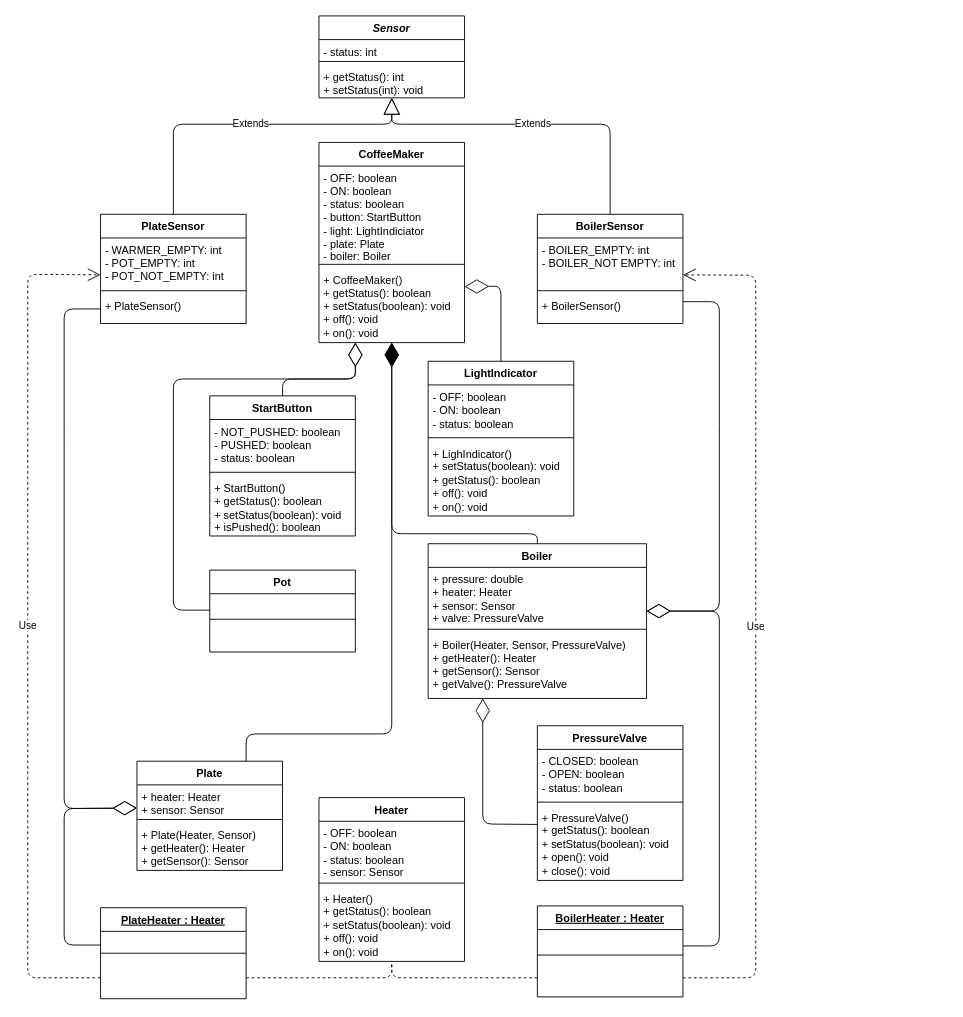
Above: resources/CoffeeMakerUML.drawio in JosueRodriguezGarcia/CoffeeMaker-Group2 (draw.io), before the change. Source tidied: cells renumbered, new cells numbered last; positions are measured from the earlier drawing's top-left corner, leaving out a move shared by most shapes. Both pictures are drawn from the tidied source at 91%, with x=0, y=0 at pixel (27, 15).
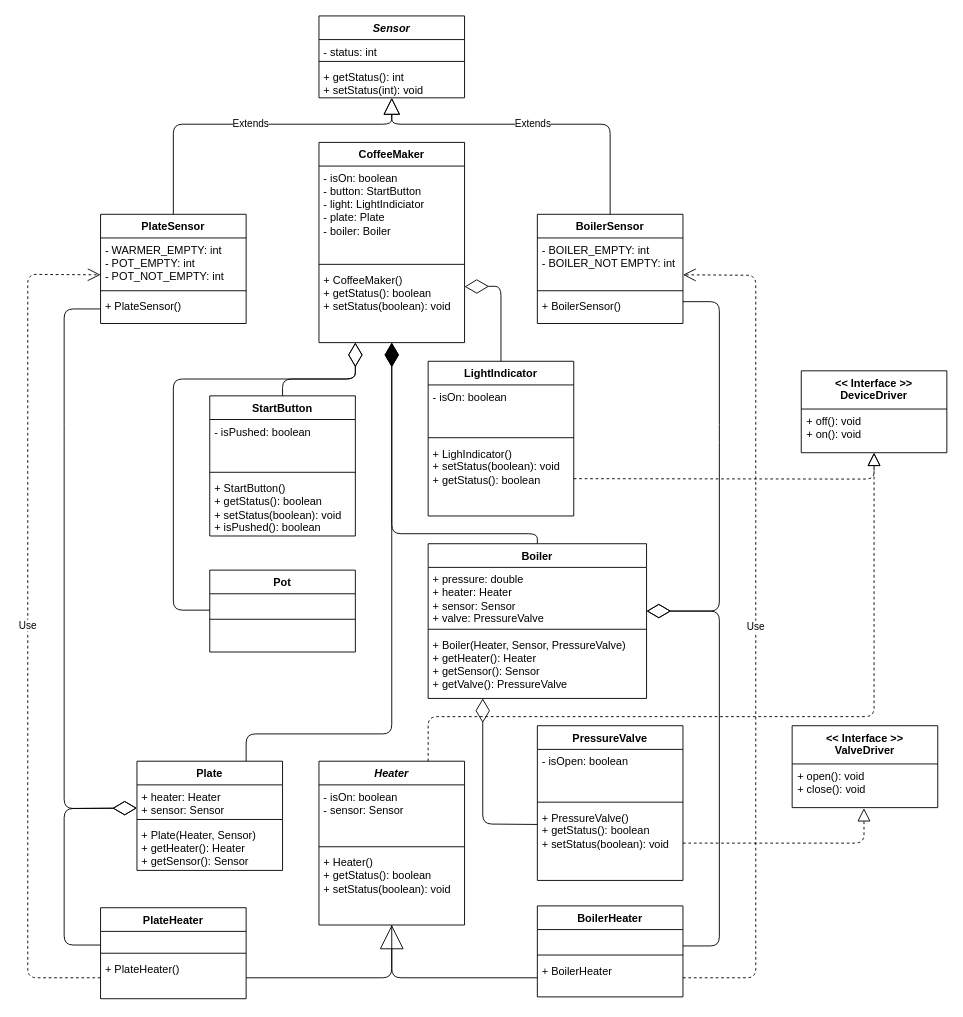
The same page after the edit.

Commit message (it also covers changes not shown here):
UML Diagram: Incremental update

The change refers to these unchanged cells:
```xml
<mxCell id="10" value="LightIndicator&#10;" style="swimlane;fontStyle=1;align=center;verticalAlign=top;horizontal=1;startSize=26;" parent="1" vertex="1">
  <mxGeometry x="440" y="379.5" width="160" height="170" as="geometry" />
</mxCell>
<mxCell id="14" value="StartButton" style="swimlane;fontStyle=1;align=center;verticalAlign=top;horizontal=1;startSize=26;" parent="1" vertex="1">
  <mxGeometry x="200" y="417.5" width="160" height="154" as="geometry" />
</mxCell>
<mxCell id="36" value="PressureValve" style="swimlane;fontStyle=1;align=center;verticalAlign=middle;horizontal=1;startSize=26;" parent="1" vertex="1">
  <mxGeometry x="560" y="780" width="160" height="170" as="geometry" />
</mxCell>
<mxCell id="42" value="CoffeeMaker" style="swimlane;fontStyle=1;align=center;verticalAlign=middle;horizontal=1;startSize=26;" parent="1" vertex="1">
  <mxGeometry x="320" y="139" width="160" height="220" as="geometry" />
</mxCell>
```

Diff of the diagram source:
```diff
@@
-    <mxCell id="2" value="PlateHeater : Heater" style="swimlane;fontStyle=5;align=center;verticalAlign=top;horizontal=1;startSize=26;" parent="1" vertex="1">
+    <mxCell id="2" value="PlateHeater" style="swimlane;fontStyle=1;align=center;verticalAlign=top;horizontal=1;startSize=26;" parent="1" vertex="1">
       <mxGeometry x="80" y="980" width="160" height="100" as="geometry" />
     </mxCell>
@@
-    <mxCell id="5" value="&amp;nbsp;" style="text;html=1;strokeColor=none;fillColor=none;align=left;verticalAlign=top;whiteSpace=wrap;rounded=0;" parent="2" vertex="1">
+    <mxCell id="5" value="&amp;nbsp;+ PlateHeater()" style="text;html=1;strokeColor=none;fillColor=none;align=left;verticalAlign=top;whiteSpace=wrap;rounded=0;" parent="2" vertex="1">
       <mxGeometry y="54" width="160" height="46" as="geometry" />
     </mxCell>
@@
-    <mxCell id="11" value="&lt;div&gt;&amp;nbsp;- OFF: boolean&lt;/div&gt;&lt;div&gt;&amp;nbsp;- ON: boolean&lt;br&gt;&lt;/div&gt;&lt;div&gt;&amp;nbsp;- status: boolean&lt;br&gt;&lt;/div&gt;" style="text;html=1;strokeColor=none;fillColor=none;align=left;verticalAlign=top;whiteSpace=wrap;rounded=0;" parent="10" vertex="1">
+    <mxCell id="11" value="&lt;div&gt;&lt;span&gt;&amp;nbsp;- isOn: boolean&lt;/span&gt;&lt;br&gt;&lt;/div&gt;" style="text;html=1;strokeColor=none;fillColor=none;align=left;verticalAlign=top;whiteSpace=wrap;rounded=0;" parent="10" vertex="1">
       <mxGeometry y="26" width="160" height="54" as="geometry" />
     </mxCell>
@@
-    <mxCell id="13" value="&amp;nbsp;+ LighIndicator()&lt;br&gt;&amp;nbsp;+ setStatus(boolean): void&lt;br&gt;&lt;div&gt;&amp;nbsp;+ getStatus(): boolean&lt;/div&gt;&lt;div&gt;&amp;nbsp;+ off(): void&lt;/div&gt;&lt;div&gt;&amp;nbsp;+ on(): void&lt;br&gt;&lt;/div&gt;" style="text;html=1;strokeColor=none;fillColor=none;align=left;verticalAlign=top;whiteSpace=wrap;rounded=0;" parent="10" vertex="1">
+    <mxCell id="13" value="&amp;nbsp;+ LighIndicator()&lt;br&gt;&amp;nbsp;+ setStatus(boolean): void&lt;br&gt;&lt;div&gt;&amp;nbsp;+ getStatus(): boolean&lt;/div&gt;" style="text;html=1;strokeColor=none;fillColor=none;align=left;verticalAlign=top;whiteSpace=wrap;rounded=0;" parent="10" vertex="1">
       <mxGeometry y="88" width="160" height="82" as="geometry" />
     </mxCell>
@@
-    <mxCell id="15" value="&lt;div&gt;&amp;nbsp;- NOT_PUSHED: boolean&lt;/div&gt;&lt;div&gt;&amp;nbsp;- PUSHED: boolean&lt;/div&gt;&lt;div&gt;&amp;nbsp;- status: boolean&lt;/div&gt;" style="text;html=1;strokeColor=none;fillColor=none;align=left;verticalAlign=top;whiteSpace=wrap;rounded=0;" parent="14" vertex="1">
+    <mxCell id="15" value="&lt;div&gt;&lt;span&gt;&amp;nbsp;- isPushed: boolean&lt;/span&gt;&lt;br&gt;&lt;/div&gt;" style="text;html=1;strokeColor=none;fillColor=none;align=left;verticalAlign=top;whiteSpace=wrap;rounded=0;" parent="14" vertex="1">
       <mxGeometry y="26" width="160" height="54" as="geometry" />
     </mxCell>
@@
-    <mxCell id="18" value="BoilerHeater : Heater" style="swimlane;fontStyle=5;align=center;verticalAlign=top;horizontal=1;startSize=26;" parent="1" vertex="1">
+    <mxCell id="18" value="BoilerHeater" style="swimlane;fontStyle=1;align=center;verticalAlign=top;horizontal=1;startSize=26;" parent="1" vertex="1">
       <mxGeometry x="560" y="978" width="160" height="100" as="geometry" />
     </mxCell>
@@
-    <mxCell id="21" value="&amp;nbsp;" style="text;html=1;strokeColor=none;fillColor=none;align=left;verticalAlign=top;whiteSpace=wrap;rounded=0;" parent="18" vertex="1">
+    <mxCell id="21" value="&amp;nbsp;+ BoilerHeater" style="text;html=1;strokeColor=none;fillColor=none;align=left;verticalAlign=top;whiteSpace=wrap;rounded=0;" parent="18" vertex="1">
       <mxGeometry y="58" width="160" height="42" as="geometry" />
     </mxCell>
@@
-    <mxCell id="30" value="Heater" style="swimlane;fontStyle=1;align=center;verticalAlign=middle;horizontal=1;startSize=26;" parent="1" vertex="1">
-      <mxGeometry x="320" y="859" width="160" height="180" as="geometry" />
+    <mxCell id="30" value="Heater" style="swimlane;fontStyle=3;align=center;verticalAlign=middle;horizontal=1;startSize=26;" parent="1" vertex="1">
+      <mxGeometry x="320" y="819" width="160" height="180" as="geometry" />
     </mxCell>
-    <mxCell id="31" value="&lt;div&gt;&amp;nbsp;- OFF: boolean&lt;br&gt;&lt;/div&gt;&lt;div&gt;&amp;nbsp;- ON: boolean&lt;br&gt;&lt;/div&gt;&lt;div&gt;&amp;nbsp;- status: boolean&lt;br&gt;&lt;/div&gt;&amp;nbsp;- sensor: Sensor" style="text;html=1;strokeColor=none;fillColor=none;align=left;verticalAlign=top;whiteSpace=wrap;rounded=0;" parent="30" vertex="1">
+    <mxCell id="31" value="&lt;div&gt;&lt;span&gt;&amp;nbsp;- isOn: boolean&lt;/span&gt;&lt;br&gt;&lt;/div&gt;&amp;nbsp;- sensor: Sensor" style="text;html=1;strokeColor=none;fillColor=none;align=left;verticalAlign=top;whiteSpace=wrap;rounded=0;" parent="30" vertex="1">
       <mxGeometry y="26" width="160" height="64" as="geometry" />
     </mxCell>
@@
-    <mxCell id="33" value="&amp;nbsp;+ Heater()&lt;br&gt;&amp;nbsp;+ getStatus(): boolean&lt;br&gt;&amp;nbsp;+ setStatus(boolean): void&lt;br&gt;&lt;div&gt;&amp;nbsp;+ off(): void&lt;/div&gt;&lt;div&gt;&amp;nbsp;+ on(): void&lt;/div&gt;" style="text;html=1;strokeColor=none;fillColor=none;align=left;verticalAlign=top;whiteSpace=wrap;rounded=0;" parent="30" vertex="1">
+    <mxCell id="33" value="&amp;nbsp;+ Heater()&lt;br&gt;&amp;nbsp;+ getStatus(): boolean&lt;br&gt;&amp;nbsp;+ setStatus(boolean): void&lt;br&gt;" style="text;html=1;strokeColor=none;fillColor=none;align=left;verticalAlign=top;whiteSpace=wrap;rounded=0;" parent="30" vertex="1">
       <mxGeometry y="98" width="160" height="82" as="geometry" />
     </mxCell>
@@
-    <mxCell id="37" value="&lt;div&gt;&amp;nbsp;- CLOSED: boolean&lt;/div&gt;&lt;div&gt;&amp;nbsp;- OPEN: boolean&lt;br&gt;&lt;/div&gt;&lt;div&gt;&amp;nbsp;- status: boolean&lt;br&gt;&lt;/div&gt;" style="text;html=1;strokeColor=none;fillColor=none;align=left;verticalAlign=top;whiteSpace=wrap;rounded=0;" parent="36" vertex="1">
+    <mxCell id="37" value="&lt;div&gt;&lt;span&gt;&amp;nbsp;- isOpen: boolean&lt;/span&gt;&lt;br&gt;&lt;/div&gt;" style="text;html=1;strokeColor=none;fillColor=none;align=left;verticalAlign=top;whiteSpace=wrap;rounded=0;" parent="36" vertex="1">
       <mxGeometry y="26" width="160" height="54" as="geometry" />
     </mxCell>
@@
-    <mxCell id="39" value="&lt;div&gt;&amp;nbsp;+ PressureValve()&lt;/div&gt;&lt;div&gt;&amp;nbsp;+ getStatus(): boolean&lt;br&gt;&lt;/div&gt;&lt;div&gt;&amp;nbsp;+ setStatus(boolean): void&lt;/div&gt;&lt;div&gt;&amp;nbsp;+ open(): void&lt;/div&gt;&lt;div&gt;&amp;nbsp;+ close(): void&lt;br&gt;&lt;/div&gt;" style="text;html=1;strokeColor=none;fillColor=none;align=left;verticalAlign=top;whiteSpace=wrap;rounded=0;" parent="36" vertex="1">
+    <mxCell id="39" value="&lt;div&gt;&amp;nbsp;+ PressureValve()&lt;/div&gt;&lt;div&gt;&amp;nbsp;+ getStatus(): boolean&lt;br&gt;&lt;/div&gt;&lt;div&gt;&amp;nbsp;+ setStatus(boolean): void&lt;/div&gt;" style="text;html=1;strokeColor=none;fillColor=none;align=left;verticalAlign=top;whiteSpace=wrap;rounded=0;" parent="36" vertex="1">
       <mxGeometry y="88" width="160" height="82" as="geometry" />
     </mxCell>
@@
-    <mxCell id="43" value="&lt;div&gt;&amp;nbsp;- OFF: boolean&lt;br&gt;&lt;/div&gt;&lt;div&gt;&amp;nbsp;- ON: boolean&lt;br&gt;&lt;/div&gt;&lt;div&gt;&amp;nbsp;- status: boolean&lt;/div&gt;&lt;div&gt;&amp;nbsp;- button: StartButton&lt;/div&gt;&lt;div&gt;&amp;nbsp;- light: LightIndiciator&lt;/div&gt;&lt;div&gt;&amp;nbsp;- plate: Plate&lt;/div&gt;&lt;div&gt;&amp;nbsp;- boiler: Boiler&lt;br&gt;&lt;/div&gt;" style="text;html=1;strokeColor=none;fillColor=none;align=left;verticalAlign=top;whiteSpace=wrap;rounded=0;" parent="42" vertex="1">
+    <mxCell id="43" value="&lt;div&gt;&lt;span&gt;&amp;nbsp;- isOn: boolean&lt;/span&gt;&lt;br&gt;&lt;/div&gt;&lt;div&gt;&amp;nbsp;- button: StartButton&lt;/div&gt;&lt;div&gt;&amp;nbsp;- light: LightIndiciator&lt;/div&gt;&lt;div&gt;&amp;nbsp;- plate: Plate&lt;/div&gt;&lt;div&gt;&amp;nbsp;- boiler: Boiler&lt;br&gt;&lt;/div&gt;" style="text;html=1;strokeColor=none;fillColor=none;align=left;verticalAlign=top;whiteSpace=wrap;rounded=0;" parent="42" vertex="1">
       <mxGeometry y="26" width="160" height="104" as="geometry" />
     </mxCell>
@@
-    <mxCell id="45" value="&lt;div&gt;&amp;nbsp;+ CoffeeMaker()&lt;/div&gt;&lt;div&gt;&amp;nbsp;+ getStatus(): boolean&lt;/div&gt;&lt;div&gt;&amp;nbsp;+ setStatus(boolean): void&lt;/div&gt;&lt;div&gt;&amp;nbsp;+ off(): void&lt;/div&gt;&lt;div&gt;&amp;nbsp;+ on(): void&lt;br&gt;&lt;/div&gt;" style="text;html=1;strokeColor=none;fillColor=none;align=left;verticalAlign=top;whiteSpace=wrap;rounded=0;" parent="42" vertex="1">
+    <mxCell id="45" value="&lt;div&gt;&amp;nbsp;+ CoffeeMaker()&lt;/div&gt;&lt;div&gt;&amp;nbsp;+ getStatus(): boolean&lt;/div&gt;&lt;div&gt;&amp;nbsp;+ setStatus(boolean): void&lt;/div&gt;" style="text;html=1;strokeColor=none;fillColor=none;align=left;verticalAlign=top;whiteSpace=wrap;rounded=0;" parent="42" vertex="1">
       <mxGeometry y="138" width="160" height="82" as="geometry" />
     </mxCell>
@@
-    <mxCell id="67" style="endArrow=none;dashed=1;html=1;entryX=0.5;entryY=1;entryDx=0;entryDy=0;exitX=0;exitY=0.5;exitDx=0;exitDy=0;" parent="1" edge="1" source="21" target="33">
+    <mxCell id="67" style="endArrow=block;html=1;entryX=0.5;entryY=1;entryDx=0;entryDy=0;exitX=0;exitY=0.5;exitDx=0;exitDy=0;endFill=0;endSize=24;" parent="1" edge="1" source="21" target="33">
       <mxGeometry relative="1" as="geometry">
         <Array as="points">
           <mxPoint x="400" y="1057" />
         </Array>
       </mxGeometry>
     </mxCell>
-    <mxCell id="68" style="endArrow=none;dashed=1;html=1;entryX=0.5;entryY=1;entryDx=0;entryDy=0;exitX=1;exitY=0.5;exitDx=0;exitDy=0;" parent="1" edge="1" source="5" target="33">
+    <mxCell id="68" style="endArrow=none;html=1;entryX=0.5;entryY=1;entryDx=0;entryDy=0;exitX=1;exitY=0.5;exitDx=0;exitDy=0;" parent="1" edge="1" source="5" target="33">
       <mxGeometry relative="1" as="geometry">
         <Array as="points">
           <mxPoint x="400" y="1057" />
         </Array>
       </mxGeometry>
     </mxCell>
@@
+    <mxCell id="70" value="&lt;&lt; Interface &gt;&gt;&#10;ValveDriver&#10;" style="swimlane;fontStyle=1;horizontal=1;startSize=42;fillColor=none;verticalAlign=top;" parent="1" vertex="1">
+      <mxGeometry x="840" y="780" width="160" height="90" as="geometry" />
+    </mxCell>
+    <mxCell id="71" value="+ open(): void&#10;+ close(): void&#10;" style="text;strokeColor=none;fillColor=none;align=left;verticalAlign=top;spacingLeft=4;spacingRight=4;overflow=hidden;points=[[0,0.5],[1,0.5]];portConstraint=eastwest;" parent="70" vertex="1">
+      <mxGeometry y="42" width="160" height="48" as="geometry" />
+    </mxCell>
+    <mxCell id="72" value="&lt;&lt; Interface &gt;&gt;&#10;DeviceDriver&#10;" style="swimlane;fontStyle=1;horizontal=1;startSize=42;fillColor=none;verticalAlign=top;" parent="1" vertex="1">
+      <mxGeometry x="850" y="390" width="160" height="90" as="geometry" />
+    </mxCell>
+    <mxCell id="73" value="+ off(): void&#10;+ on(): void&#10;" style="text;strokeColor=none;fillColor=none;align=left;verticalAlign=top;spacingLeft=4;spacingRight=4;overflow=hidden;points=[[0,0.5],[1,0.5]];portConstraint=eastwest;" parent="72" vertex="1">
+      <mxGeometry y="42" width="160" height="48" as="geometry" />
+    </mxCell>
+    <mxCell id="74" style="endArrow=block;dashed=1;endFill=0;endSize=12;html=1;exitX=0.75;exitY=0;exitDx=0;exitDy=0;" parent="1" edge="1" source="30">
+      <mxGeometry relative="1" as="geometry">
+        <mxPoint x="930" y="480" as="targetPoint" />
+        <Array as="points">
+          <mxPoint x="440" y="770" />
+          <mxPoint x="930" y="770" />
+        </Array>
+      </mxGeometry>
+    </mxCell>
+    <mxCell id="75" style="endArrow=block;dashed=1;endFill=0;endSize=12;html=1;exitX=1;exitY=0.5;exitDx=0;exitDy=0;entryX=0.5;entryY=1.001;entryDx=0;entryDy=0;entryPerimeter=0;" parent="1" edge="1" source="13" target="73">
+      <mxGeometry relative="1" as="geometry">
+        <Array as="points">
+          <mxPoint x="930" y="509" />
+        </Array>
+      </mxGeometry>
+    </mxCell>
+    <mxCell id="76" style="endArrow=block;dashed=1;endFill=0;endSize=12;html=1;entryX=0.493;entryY=1.013;entryDx=0;entryDy=0;entryPerimeter=0;exitX=1;exitY=0.5;exitDx=0;exitDy=0;" parent="1" edge="1" source="39" target="71">
+      <mxGeometry relative="1" as="geometry">
+        <Array as="points">
+          <mxPoint x="919" y="909" />
+        </Array>
+      </mxGeometry>
+    </mxCell>
```
